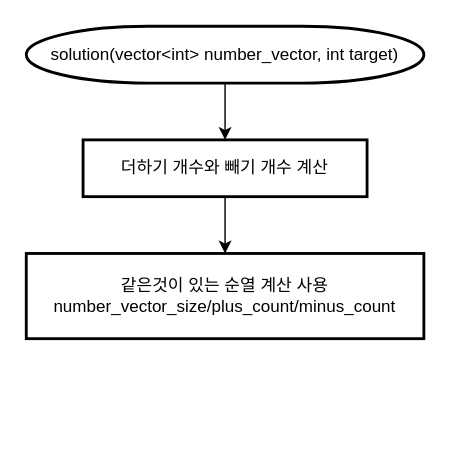
Earlier version of the draw.io diagram page "before" (1 of 2) of target number.drawio (kalgory/201220_Target-Number_JHM). Source tidied: cells renumbered, new cells numbered last; positions are measured from the earlier drawing's top-left corner, leaving out a move shared by most shapes. Both pictures are drawn from the tidied source at 142%, with x=0, y=0 at pixel (26, 26).
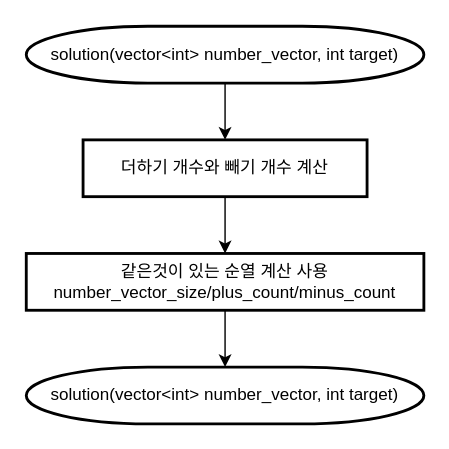
Above is the later version.

Change to the diagram source:
```diff
@@
 <mxGraphModel>
   <root>
     <mxCell id="0" />
     <mxCell id="1" parent="0" />
     <mxCell id="2" style="edgeStyle=orthogonalEdgeStyle;rounded=0;jettySize=auto;html=1;" parent="1" edge="1" source="3" target="5">
       <mxGeometry relative="1" as="geometry" />
     </mxCell>
     <mxCell id="3" value="solution(vector&amp;lt;int&amp;gt; number_vector, int target)" style="strokeWidth=2;html=1;shape=mxgraph.flowchart.terminator;whiteSpace=wrap;" parent="1" vertex="1">
       <mxGeometry width="280" height="40" as="geometry" />
     </mxCell>
     <mxCell id="4" style="edgeStyle=orthogonalEdgeStyle;rounded=0;jettySize=auto;html=1;" parent="1" edge="1" source="5" target="6">
       <mxGeometry relative="1" as="geometry" />
     </mxCell>
     <mxCell id="5" value="더하기 개수와 빼기 개수 계산" style="whiteSpace=wrap;html=1;strokeWidth=2;verticalAlign=middle;" parent="1" vertex="1">
       <mxGeometry x="40" y="80" width="200" height="40" as="geometry" />
     </mxCell>
+    <mxCell id="7" style="edgeStyle=orthogonalEdgeStyle;rounded=0;jettySize=auto;html=1;" parent="1" edge="1" source="6" target="8">
+      <mxGeometry relative="1" as="geometry" />
+    </mxCell>
     <mxCell id="6" value="같은것이 있는 순열 계산 사용&lt;br&gt;number_vector_size/plus_count/minus_count" style="whiteSpace=wrap;html=1;strokeWidth=2;" parent="1" vertex="1">
-      <mxGeometry y="160" width="280" height="60" as="geometry" />
+      <mxGeometry y="160" width="280" height="40" as="geometry" />
     </mxCell>
+    <mxCell id="8" value="solution(vector&amp;lt;int&amp;gt; number_vector, int target)" style="strokeWidth=2;html=1;shape=mxgraph.flowchart.terminator;whiteSpace=wrap;" parent="1" vertex="1">
+      <mxGeometry y="240" width="280" height="40" as="geometry" />
+    </mxCell>
   </root>
 </mxGraphModel>
```
